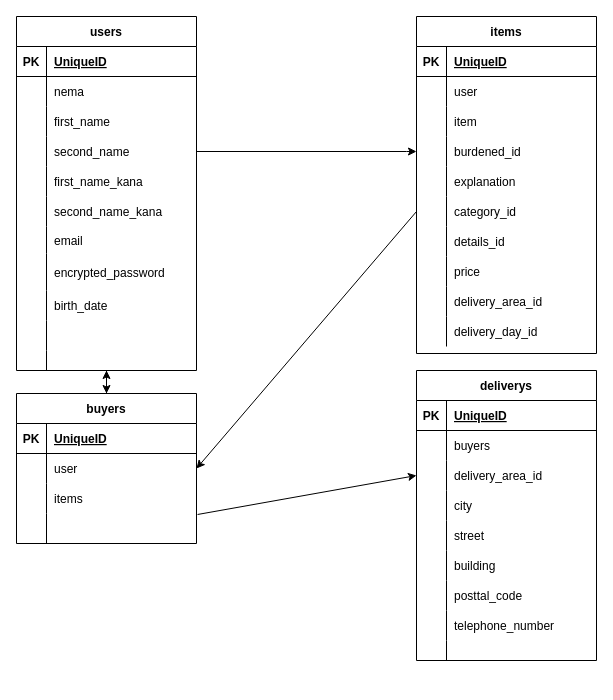
This is furima.dio from santakukoumei/furima-36689, a draw.io file, before an edit. Source tidied: cells renumbered, new cells numbered last; positions are measured from the earlier drawing's top-left corner, leaving out a move shared by most shapes. Both pictures are drawn from the tidied source at 100%, with x=0, y=0 at pixel (16, 16).
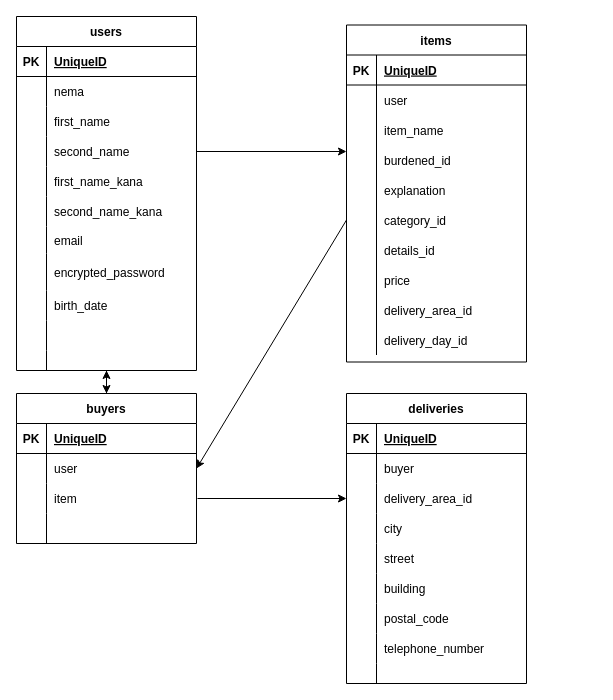
The same diagram, later.

Commit message (it also covers changes not shown here):
テーブル設計7

The change refers to these unchanged cells:
```xml
<mxCell id="13" style="shape=partialRectangle;fillColor=none;top=0;left=0;bottom=0;right=0;points=[[0,0.5],[1,0.5]];portConstraint=eastwest;" parent="3" vertex="1">
  <mxGeometry y="120" width="180" height="30" as="geometry" />
</mxCell>
<mxCell id="44" style="shape=partialRectangle;fillColor=none;top=0;left=0;bottom=0;right=0;" parent="37" vertex="1">
  <mxGeometry y="90" width="180" height="30" as="geometry" />
</mxCell>
<mxCell id="47" style="shape=partialRectangle;fillColor=none;top=0;left=0;bottom=0;right=0;points=[[0,0.5],[1,0.5]];portConstraint=eastwest;" parent="37" vertex="1">
  <mxGeometry y="120" width="180" height="30" as="geometry" />
</mxCell>
<mxCell id="76" style="shape=partialRectangle;fillColor=none;top=0;left=0;bottom=0;right=0;" parent="69" vertex="1">
  <mxGeometry y="90" width="180" height="30" as="geometry" />
</mxCell>
<mxCell id="79" style="shape=partialRectangle;fillColor=none;top=0;left=0;bottom=0;right=0;points=[[0,0.5],[1,0.5]];portConstraint=eastwest;" parent="69" vertex="1">
  <mxGeometry y="120" width="180" height="30" as="geometry" />
</mxCell>
<mxCell id="86" style="shape=partialRectangle;fillColor=none;top=0;left=0;bottom=0;right=0;" parent="82" vertex="1">
  <mxGeometry y="60" width="180" height="30" as="geometry" />
</mxCell>
<mxCell id="89" style="shape=partialRectangle;fillColor=none;top=0;left=0;bottom=0;right=0;points=[[0,0.5],[1,0.5]];portConstraint=eastwest;" parent="82" vertex="1">
  <mxGeometry y="90" width="180" height="30" as="geometry" />
</mxCell>
<mxCell id="101" style="shape=partialRectangle;fillColor=none;top=0;left=0;bottom=0;right=0;" parent="82" vertex="1">
  <mxGeometry y="210" width="180" height="30" as="geometry" />
</mxCell>
```

Diff of the diagram source:
```diff
@@
     <mxCell id="37" value="items" style="shape=table;startSize=30;childLayout=tableLayout;rowLines=0;fontStyle=1;align=center;" parent="1" vertex="1">
-      <mxGeometry x="400" width="180" height="337" as="geometry" />
+      <mxGeometry x="330" y="8.5" width="180" height="337" as="geometry" />
     </mxCell>
@@
-    <mxCell id="46" value="item" style="shape=partialRectangle;fillColor=none;top=0;left=0;bottom=0;right=0;align=left;spacingLeft=6;overflow=hidden;" parent="44" vertex="1">
+    <mxCell id="46" value="item_name" style="shape=partialRectangle;fillColor=none;top=0;left=0;bottom=0;right=0;align=left;spacingLeft=6;overflow=hidden;" parent="44" vertex="1">
       <mxGeometry x="30" width="150" height="30" as="geometry" />
     </mxCell>
@@
-    <mxCell id="78" value="items" style="shape=partialRectangle;fillColor=none;top=0;left=0;bottom=0;right=0;align=left;spacingLeft=6;overflow=hidden;" parent="76" vertex="1">
+    <mxCell id="78" value="item" style="shape=partialRectangle;fillColor=none;top=0;left=0;bottom=0;right=0;align=left;spacingLeft=6;overflow=hidden;" parent="76" vertex="1">
       <mxGeometry x="30" width="150" height="30" as="geometry" />
     </mxCell>
@@
-    <mxCell id="82" value="deliverys" style="shape=table;startSize=30;childLayout=tableLayout;rowLines=0;fontStyle=1;align=center;" parent="1" vertex="1">
-      <mxGeometry x="400" y="354" width="180" height="290" as="geometry" />
+    <mxCell id="82" value="deliveries" style="shape=table;startSize=30;childLayout=tableLayout;rowLines=0;fontStyle=1;align=center;" parent="1" vertex="1">
+      <mxGeometry x="330" y="377" width="180" height="290" as="geometry" />
     </mxCell>
@@
-    <mxCell id="88" value="buyers" style="shape=partialRectangle;fillColor=none;top=0;left=0;bottom=0;right=0;align=left;spacingLeft=6;overflow=hidden;" parent="86" vertex="1">
+    <mxCell id="88" value="buyer" style="shape=partialRectangle;fillColor=none;top=0;left=0;bottom=0;right=0;align=left;spacingLeft=6;overflow=hidden;" parent="86" vertex="1">
       <mxGeometry x="30" width="150" height="30" as="geometry" />
     </mxCell>
@@
-    <mxCell id="103" value="posttal_code" style="shape=partialRectangle;fillColor=none;top=0;left=0;bottom=0;right=0;align=left;spacingLeft=6;overflow=hidden;" parent="101" vertex="1">
+    <mxCell id="103" value="postal_code" style="shape=partialRectangle;fillColor=none;top=0;left=0;bottom=0;right=0;align=left;spacingLeft=6;overflow=hidden;" parent="101" vertex="1">
       <mxGeometry x="30" width="150" height="30" as="geometry" />
     </mxCell>
@@
-    <mxCell id="111" style="edgeStyle=none;rounded=0;jettySize=auto;html=1;exitX=1.006;exitY=0.033;exitDx=0;exitDy=0;entryX=0;entryY=0.5;entryDx=0;entryDy=0;exitPerimeter=0;" parent="1" edge="1" source="79" target="89">
-      <mxGeometry relative="1" as="geometry" />
+    <mxCell id="111" style="edgeStyle=none;rounded=0;jettySize=auto;html=1;entryX=0;entryY=0.5;entryDx=0;entryDy=0;" parent="1" edge="1" target="89">
+      <mxGeometry relative="1" as="geometry">
+        <mxPoint x="181" y="482" as="sourcePoint" />
+      </mxGeometry>
     </mxCell>
@@
     <mxCell id="113" style="edgeStyle=none;rounded=0;jettySize=auto;html=1;exitX=1;exitY=0.5;exitDx=0;exitDy=0;" parent="1" edge="1" source="13" target="47">
       <mxGeometry relative="1" as="geometry">
         <Array as="points">
-          <mxPoint x="390" y="135" />
+          <mxPoint x="330" y="135" />
         </Array>
       </mxGeometry>
     </mxCell>
```
